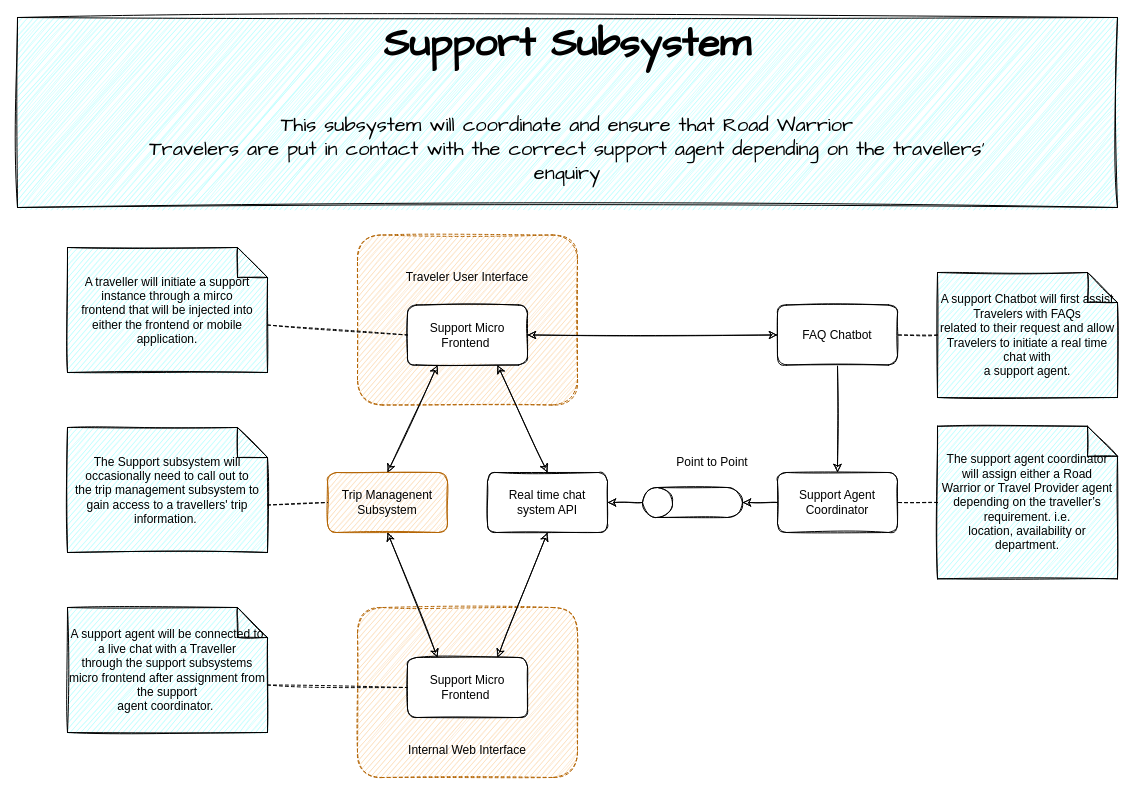
Earlier version of the draw.io diagram diagrams/Support Subsystem.drawio (nazir-dariel/RoadWarrior_TeamDarielSalties). Source tidied: cells renumbered, new cells numbered last; positions are measured from the earlier drawing's top-left corner, leaving out a move shared by most shapes. Both pictures are drawn from the tidied source at 100%, with x=0, y=0 at pixel (17, 17).
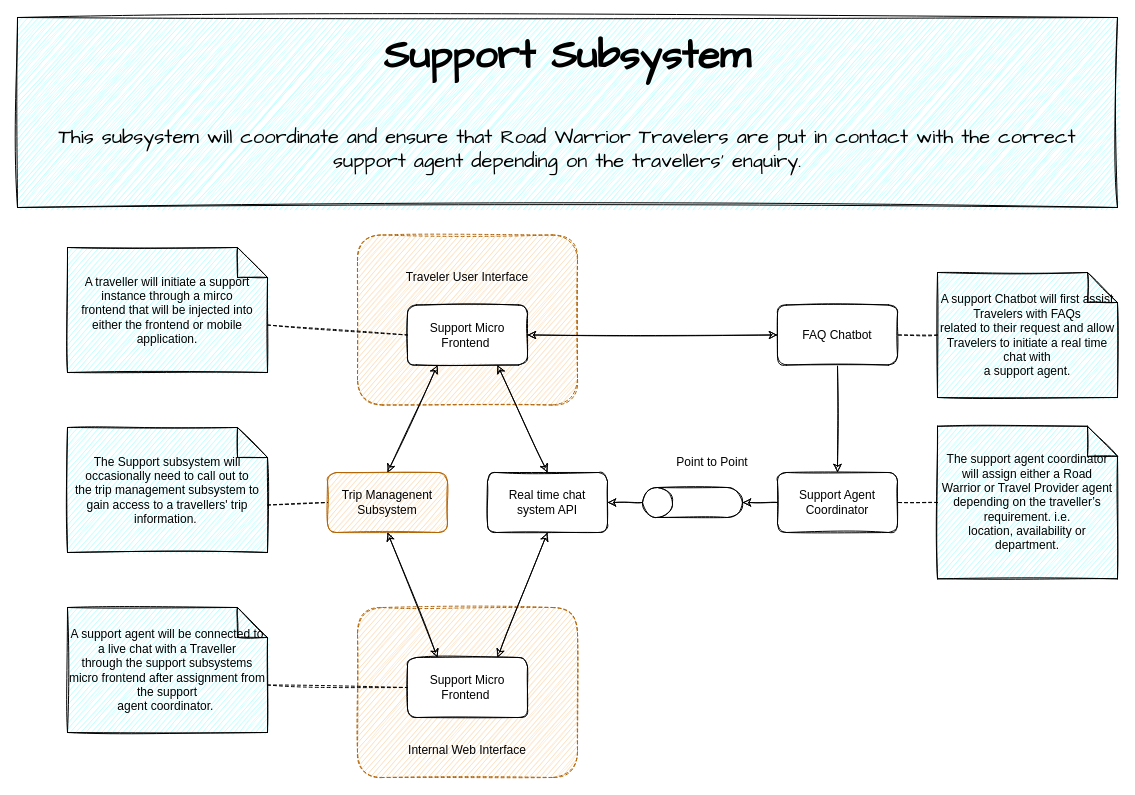
After the change.

Diff of the diagram source:
```diff
@@
-    <mxCell id="2" value="&lt;font style=&quot;font-size: 40px;&quot;&gt;&lt;b&gt;Support Subsystem&lt;/b&gt;&lt;br&gt;&lt;/font&gt;&lt;br&gt;&lt;p class=&quot;MsoNormal&quot;&gt;This subsystem will coordinate and ensure that Road Warrior&lt;br&gt;Travelers are put in contact with the correct support agent depending on the travellers’&lt;br&gt;enquiry&lt;/p&gt;" style="rounded=0;whiteSpace=wrap;html=1;hachureGap=4;jiggle=2;curveFitting=1;fontFamily=Architects Daughter;fontSize=20;fillColor=#ABFFFF;sketch=1;" parent="1" vertex="1">
+    <mxCell id="2" value="&lt;font style=&quot;font-size: 40px;&quot;&gt;&lt;b&gt;Support Subsystem&lt;/b&gt;&lt;br&gt;&lt;/font&gt;&lt;br&gt;&lt;p class=&quot;MsoNormal&quot;&gt;This subsystem will coordinate and ensure that Road Warrior Travelers are put in contact with the correct support agent depending on the travellers’ enquiry.&lt;/p&gt;" style="rounded=0;whiteSpace=wrap;html=1;hachureGap=4;jiggle=2;curveFitting=1;fontFamily=Architects Daughter;fontSize=20;fillColor=#ABFFFF;sketch=1;" parent="1" vertex="1">
       <mxGeometry width="1100" height="190" as="geometry" />
     </mxCell>
```
